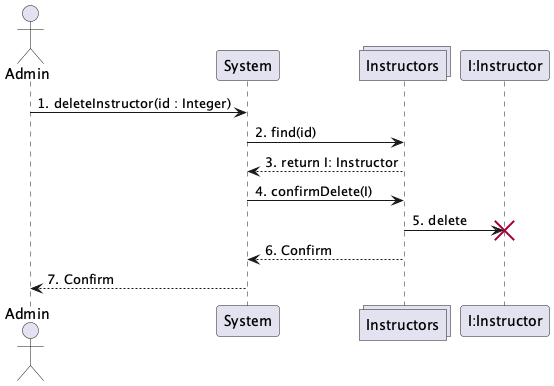
Above: UML-Diagrams/Interaction/Admin-Interaction-Diagrams_001.png in vibqetowi/soen-342-project (PlantUML), before the change. Its diagram source:
```plantuml
@startuml
actor Admin
participant System
collections Instructors
participant "I:Instructor"

Admin -> System : 1. deleteInstructor(id : Integer)
System -> Instructors : 2. find(id)
Instructors --> System : 3. return I: Instructor
System -> Instructors : 4. confirmDelete(I)
Instructors -> "I:Instructor" !! : 5. delete
Instructors --> System : 6. Confirm
System --> Admin : 7. Confirm

@enduml
```
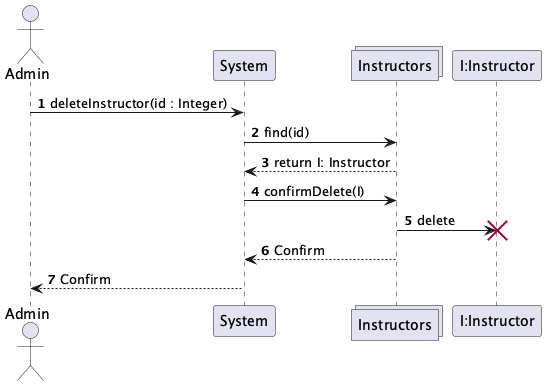
After the change.

What changed in the source:
```diff
@@ -3,13 +3,14 @@
 participant System
 collections Instructors
 participant "I:Instructor"
+autonumber
 
-Admin -> System : 1. deleteInstructor(id : Integer)
-System -> Instructors : 2. find(id)
-Instructors --> System : 3. return I: Instructor
-System -> Instructors : 4. confirmDelete(I)
-Instructors -> "I:Instructor" !! : 5. delete
-Instructors --> System : 6. Confirm
-System --> Admin : 7. Confirm
+Admin -> System : deleteInstructor(id : Integer)
+System -> Instructors : find(id)
+Instructors --> System : return I: Instructor
+System -> Instructors : confirmDelete(I)
+Instructors -> "I:Instructor" !! : delete
+Instructors --> System : Confirm
+System --> Admin : Confirm
 
 @enduml
```
